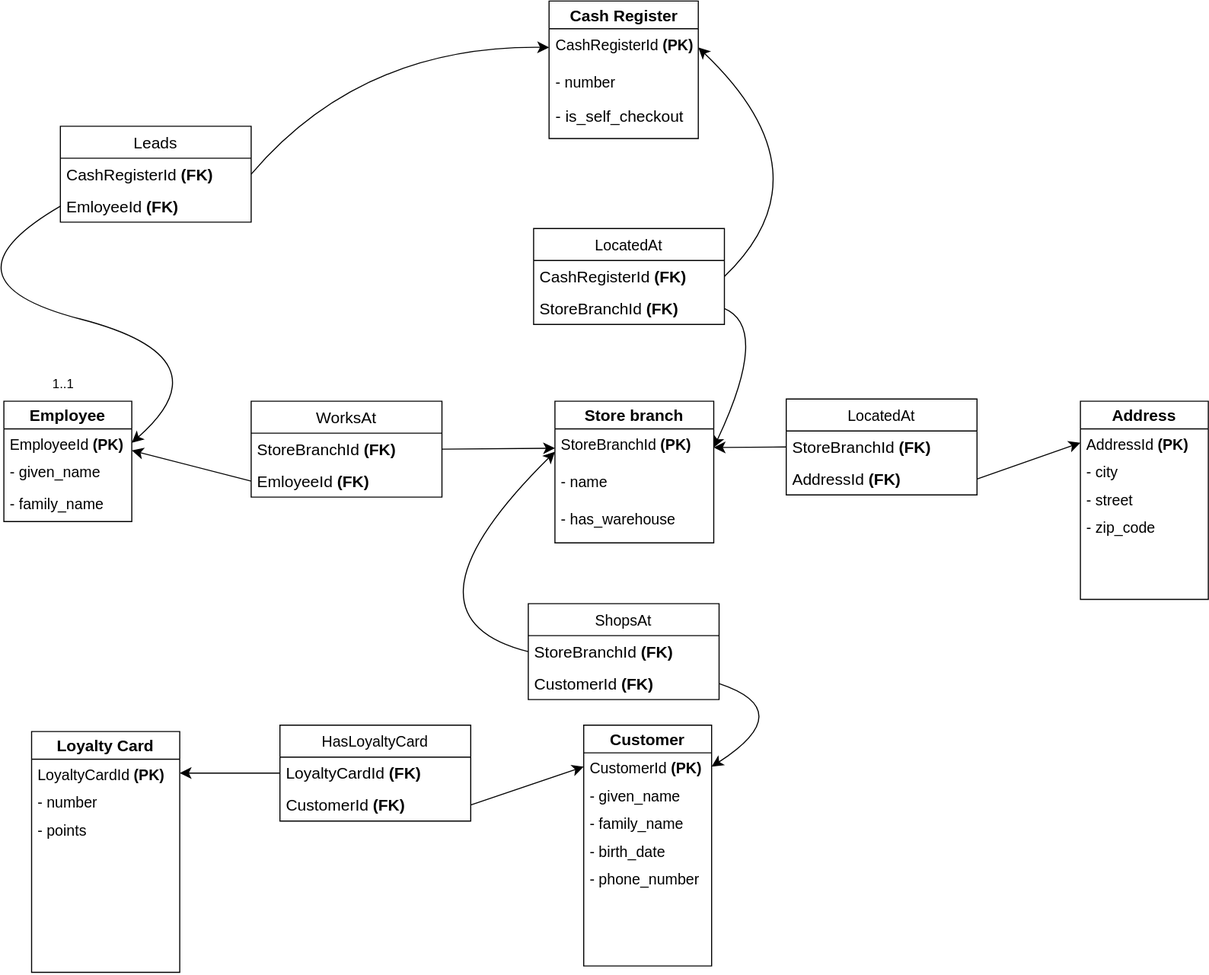
Before: HW4/model/relational.svg, a diagram exported from draw.io (anna-lipatova/Data-Formats-projects). Source tidied: cells renumbered, new cells last; positions are measured from the earlier drawing's top-left corner, leaving out a move shared by most shapes.
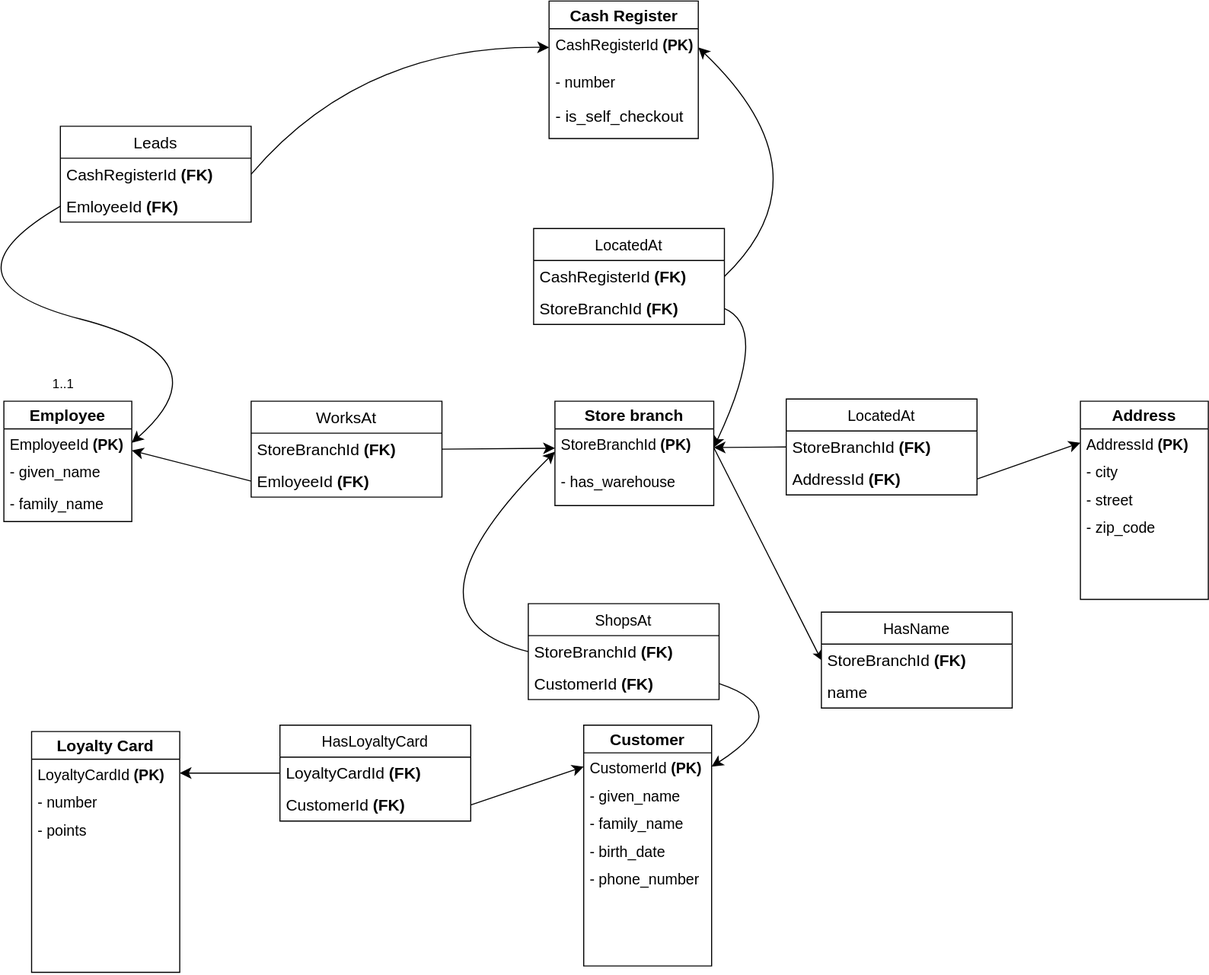
After the commit.

The edit, as a diff of the source:
```diff
@@ -2,17 +2,14 @@
   <root>
     <mxCell id="0" />
     <mxCell id="1" parent="0" />
-    <mxCell id="2" value="&lt;b&gt;&lt;font style=&quot;font-size: 15px;&quot;&gt;Store branch&lt;/font&gt;&lt;/b&gt;" style="swimlane;fontStyle=0;horizontal=1;startSize=26;fillColor=none;whiteSpace=wrap;html=1;" parent="1" vertex="1">
-      <mxGeometry x="584" y="375" width="149" height="133" as="geometry" />
+    <mxCell id="2" value="&lt;b&gt;&lt;font style=&quot;font-size: 15px;&quot;&gt;Store branch&lt;/font&gt;&lt;/b&gt;" style="swimlane;fontStyle=0;horizontal=1;startSize=26;whiteSpace=wrap;html=1;" parent="1" vertex="1">
+      <mxGeometry x="584" y="375" width="149" height="98" as="geometry" />
     </mxCell>
     <mxCell id="3" value="StoreBranchId &lt;b&gt;(PK)&lt;/b&gt;" style="text;strokeColor=none;fillColor=none;align=left;verticalAlign=top;spacingLeft=4;spacingRight=4;overflow=hidden;points=[[0,0.5],[1,0.5]];portConstraint=eastwest;whiteSpace=wrap;html=1;fontSize=14;" parent="2" vertex="1">
       <mxGeometry y="26" width="149" height="35" as="geometry" />
     </mxCell>
-    <mxCell id="4" value="- name" style="text;strokeColor=none;fillColor=none;align=left;verticalAlign=top;spacingLeft=4;spacingRight=4;overflow=hidden;whiteSpace=wrap;html=1;fontSize=14;" parent="2" vertex="1">
-      <mxGeometry y="61" width="149" height="35" as="geometry" />
-    </mxCell>
     <mxCell id="5" value="&lt;span style=&quot;background-color: initial;&quot;&gt;- has_warehouse&lt;/span&gt;" style="text;strokeColor=none;fillColor=none;align=left;verticalAlign=top;spacingLeft=4;spacingRight=4;overflow=hidden;whiteSpace=wrap;html=1;fontSize=14;" parent="2" vertex="1">
-      <mxGeometry y="96" width="149" height="37" as="geometry" />
+      <mxGeometry y="61" width="149" height="37" as="geometry" />
     </mxCell>
     <mxCell id="6" value="&lt;b&gt;&lt;font style=&quot;font-size: 15px;&quot;&gt;Address&lt;/font&gt;&lt;/b&gt;" style="swimlane;fontStyle=0;horizontal=1;startSize=26;fillColor=none;whiteSpace=wrap;html=1;" parent="1" vertex="1">
       <mxGeometry x="1077" y="375" width="120" height="186" as="geometry" />
@@ -202,5 +199,17 @@
     <mxCell id="59" style="edgeStyle=none;curved=1;rounded=0;jettySize=auto;html=1;exitX=1;exitY=0.5;exitDx=0;exitDy=0;entryX=0;entryY=0.5;entryDx=0;entryDy=0;fontSize=12;startSize=8;endSize=8;" parent="1" edge="1" source="41" target="7">
       <mxGeometry relative="1" as="geometry" />
     </mxCell>
+    <mxCell id="60" value="&lt;span style=&quot;font-size: 14px; text-wrap-mode: nowrap;&quot;&gt;HasName&lt;/span&gt;" style="swimlane;fontStyle=0;horizontal=1;startSize=30;whiteSpace=wrap;html=1;fontSize=15;" parent="1" vertex="1">
+      <mxGeometry x="834" y="573" width="179" height="90" as="geometry" />
+    </mxCell>
+    <mxCell id="61" value="StoreBranchId&amp;nbsp;&lt;b&gt;(FK)&lt;/b&gt;" style="text;strokeColor=none;fillColor=none;align=left;verticalAlign=middle;spacingLeft=4;spacingRight=4;overflow=hidden;points=[[0,0.5],[1,0.5]];portConstraint=eastwest;whiteSpace=wrap;html=1;fontSize=15;" parent="60" vertex="1">
+      <mxGeometry y="30" width="179" height="30" as="geometry" />
+    </mxCell>
+    <mxCell id="62" value="name" style="text;strokeColor=none;fillColor=none;align=left;verticalAlign=middle;spacingLeft=4;spacingRight=4;overflow=hidden;whiteSpace=wrap;html=1;fontSize=15;" parent="60" vertex="1">
+      <mxGeometry y="60" width="179" height="30" as="geometry" />
+    </mxCell>
+    <mxCell id="63" style="endArrow=classic;html=1;rounded=0;entryX=0;entryY=0.5;entryDx=0;entryDy=0;exitX=1;exitY=0.5;exitDx=0;exitDy=0;" parent="1" edge="1" source="3" target="61">
+      <mxGeometry relative="1" as="geometry" />
+    </mxCell>
   </root>
 </mxGraphModel>
```
